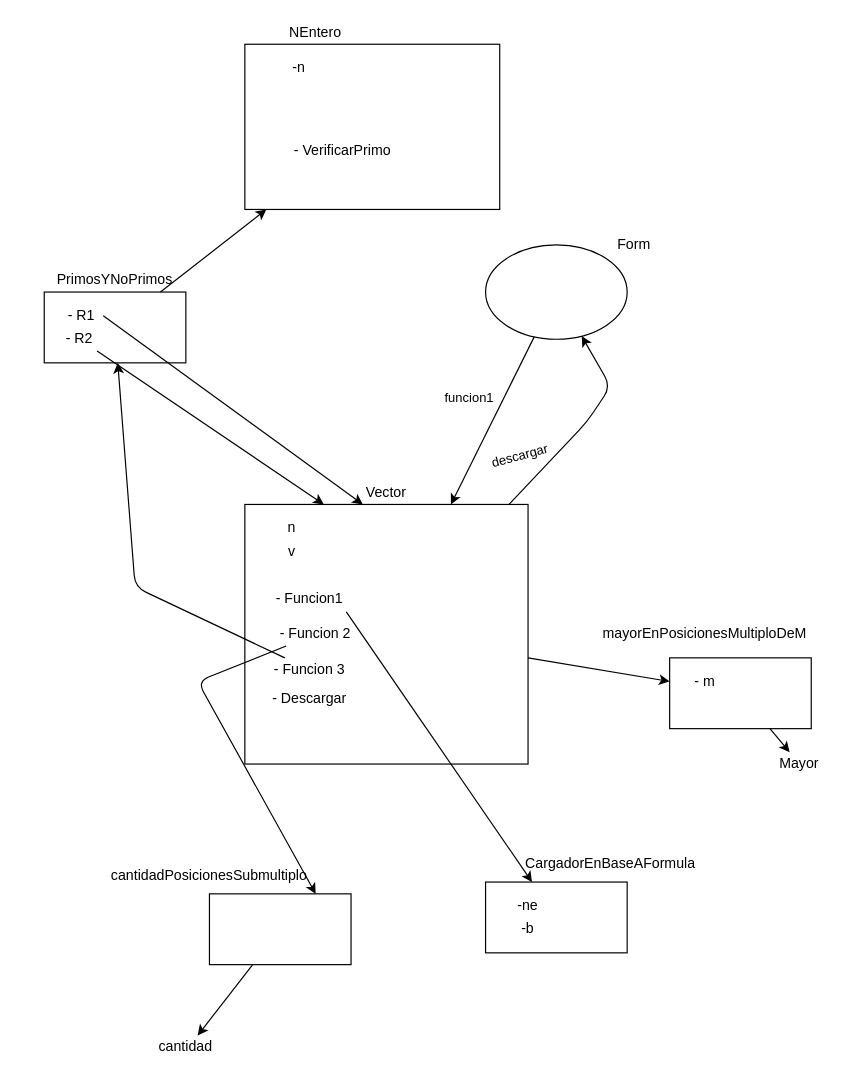
This is page "Page-1" (1 of 2) of Program1/PracticoVectores/diagrama_vectores.drawio from paulgrimaldo/uagrmaux, a draw.io file, before an edit. Source tidied: cells renumbered, new cells numbered last; positions are measured from the earlier drawing's top-left corner, leaving out a move shared by most shapes. Both pictures are drawn from the tidied source at 118%, with x=0, y=0 at pixel (44, 20).
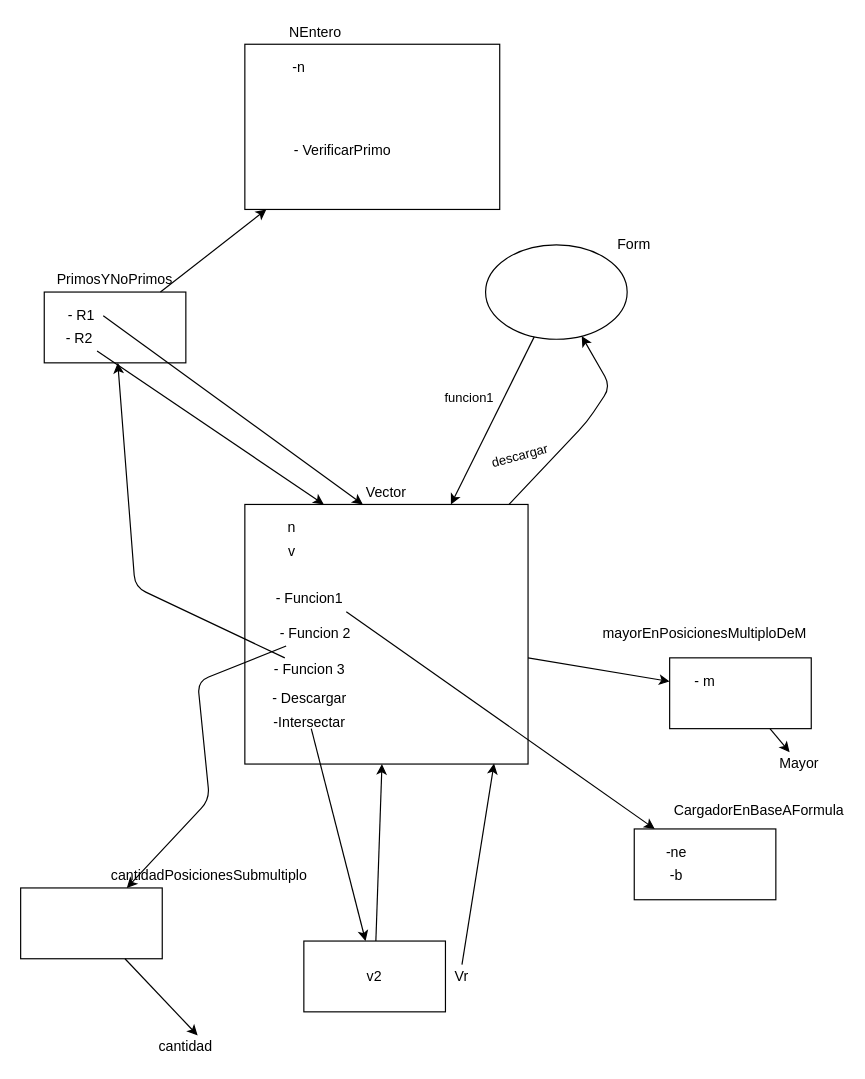
After the change.

Unchanged cells that the change refers to:
```xml
<mxCell id="2" style="rounded=0;whiteSpace=wrap;html=1;" parent="1" vertex="1">
  <mxGeometry x="170" y="410" width="240" height="220" as="geometry" />
</mxCell>
<mxCell id="11" value="- Funcion 2&lt;br&gt;" style="text;html=1;strokeColor=none;fillColor=none;align=center;verticalAlign=middle;whiteSpace=wrap;rounded=0;" parent="1" vertex="1">
  <mxGeometry x="180" y="510" width="100" height="20" as="geometry" />
</mxCell>
```

What changed in the source:
```diff
@@
-    <mxCell id="13" style="rounded=0;whiteSpace=wrap;html=1;" parent="1" vertex="1">
-      <mxGeometry x="374" y="730" width="120" height="60" as="geometry" />
-    </mxCell>
-    <mxCell id="14" value="CargadorEnBaseAFormula" style="text;html=1;strokeColor=none;fillColor=none;align=center;verticalAlign=middle;whiteSpace=wrap;rounded=0;" parent="1" vertex="1">
-      <mxGeometry x="460" y="705" width="40" height="20" as="geometry" />
-    </mxCell>
-    <mxCell id="15" value="-ne" style="text;html=1;strokeColor=none;fillColor=none;align=center;verticalAlign=middle;whiteSpace=wrap;rounded=0;" parent="1" vertex="1">
-      <mxGeometry x="390" y="740" width="40" height="20" as="geometry" />
-    </mxCell>
-    <mxCell id="16" value="-b" style="text;html=1;strokeColor=none;fillColor=none;align=center;verticalAlign=middle;whiteSpace=wrap;rounded=0;" parent="1" vertex="1">
-      <mxGeometry x="390" y="760" width="40" height="20" as="geometry" />
-    </mxCell>
@@
     <mxCell id="20" style="rounded=0;whiteSpace=wrap;html=1;" parent="1" vertex="1">
-      <mxGeometry x="140" y="740" width="120" height="60" as="geometry" />
+      <mxGeometry x="-20" y="735" width="120" height="60" as="geometry" />
     </mxCell>
     <mxCell id="21" style="endArrow=classic;html=1;entryX=0.75;entryY=0;entryDx=0;entryDy=0;" parent="1" edge="1" source="11" target="20">
       <mxGeometry relative="1" as="geometry">
         <Array as="points">
           <mxPoint x="130" y="560" />
+          <mxPoint x="140" y="660" />
         </Array>
       </mxGeometry>
     </mxCell>
@@
+    <mxCell id="45" value="v2" style="rounded=0;whiteSpace=wrap;html=1;" parent="1" vertex="1">
+      <mxGeometry x="220" y="780" width="120" height="60" as="geometry" />
+    </mxCell>
+    <mxCell id="46" style="endArrow=classic;html=1;" parent="1" edge="1" source="47" target="45">
+      <mxGeometry relative="1" as="geometry" />
+    </mxCell>
+    <mxCell id="47" value="-Intersectar" style="text;html=1;strokeColor=none;fillColor=none;align=center;verticalAlign=middle;whiteSpace=wrap;rounded=0;" parent="1" vertex="1">
+      <mxGeometry x="180" y="590" width="90" height="10" as="geometry" />
+    </mxCell>
+    <mxCell id="48" style="group;" parent="1" vertex="1">
+      <mxGeometry x="500" y="660" width="126" height="85" as="geometry" />
+    </mxCell>
+    <mxCell id="13" style="rounded=0;whiteSpace=wrap;html=1;" parent="48" vertex="1">
+      <mxGeometry y="25" width="120" height="60" as="geometry" />
+    </mxCell>
+    <mxCell id="14" value="CargadorEnBaseAFormula" style="text;html=1;strokeColor=none;fillColor=none;align=center;verticalAlign=middle;whiteSpace=wrap;rounded=0;" parent="48" vertex="1">
+      <mxGeometry x="86" width="40" height="20" as="geometry" />
+    </mxCell>
+    <mxCell id="15" value="-ne" style="text;html=1;strokeColor=none;fillColor=none;align=center;verticalAlign=middle;whiteSpace=wrap;rounded=0;" parent="48" vertex="1">
+      <mxGeometry x="16" y="35" width="40" height="20" as="geometry" />
+    </mxCell>
+    <mxCell id="16" value="-b" style="text;html=1;strokeColor=none;fillColor=none;align=center;verticalAlign=middle;whiteSpace=wrap;rounded=0;" parent="48" vertex="1">
+      <mxGeometry x="16" y="55" width="40" height="20" as="geometry" />
+    </mxCell>
+    <mxCell id="49" style="endArrow=classic;html=1;" parent="1" edge="1" source="45" target="2">
+      <mxGeometry relative="1" as="geometry" />
+    </mxCell>
+    <mxCell id="50" value="Vr" style="text;html=1;strokeColor=none;fillColor=none;align=center;verticalAlign=middle;whiteSpace=wrap;rounded=0;" parent="1" vertex="1">
+      <mxGeometry x="334" y="800" width="40" height="20" as="geometry" />
+    </mxCell>
+    <mxCell id="51" style="endArrow=classic;html=1;exitX=0.5;exitY=0;exitDx=0;exitDy=0;entryX=0.88;entryY=0.998;entryDx=0;entryDy=0;entryPerimeter=0;" parent="1" edge="1" source="50" target="2">
+      <mxGeometry relative="1" as="geometry" />
+    </mxCell>
```
